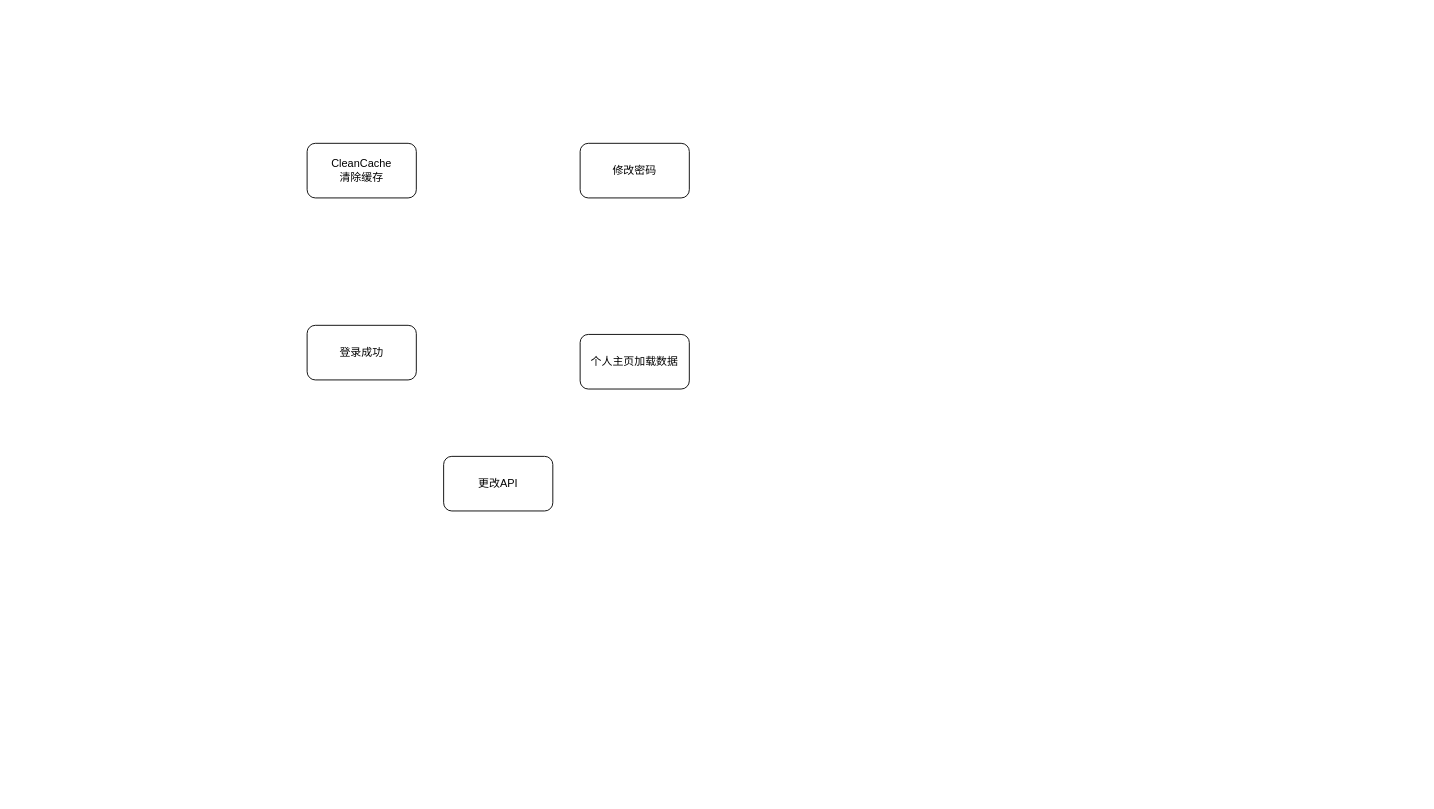
Above: 登录信息缓存逻辑图.drawio in honghonglhh2018/ThinkingFlowChart (draw.io), before the change. Source tidied: cells renumbered, new cells numbered last; positions are measured from the earlier drawing's top-left corner, leaving out a move shared by most shapes. Both pictures are drawn from the tidied source at 91%, with x=0, y=0 at pixel (307, 143).
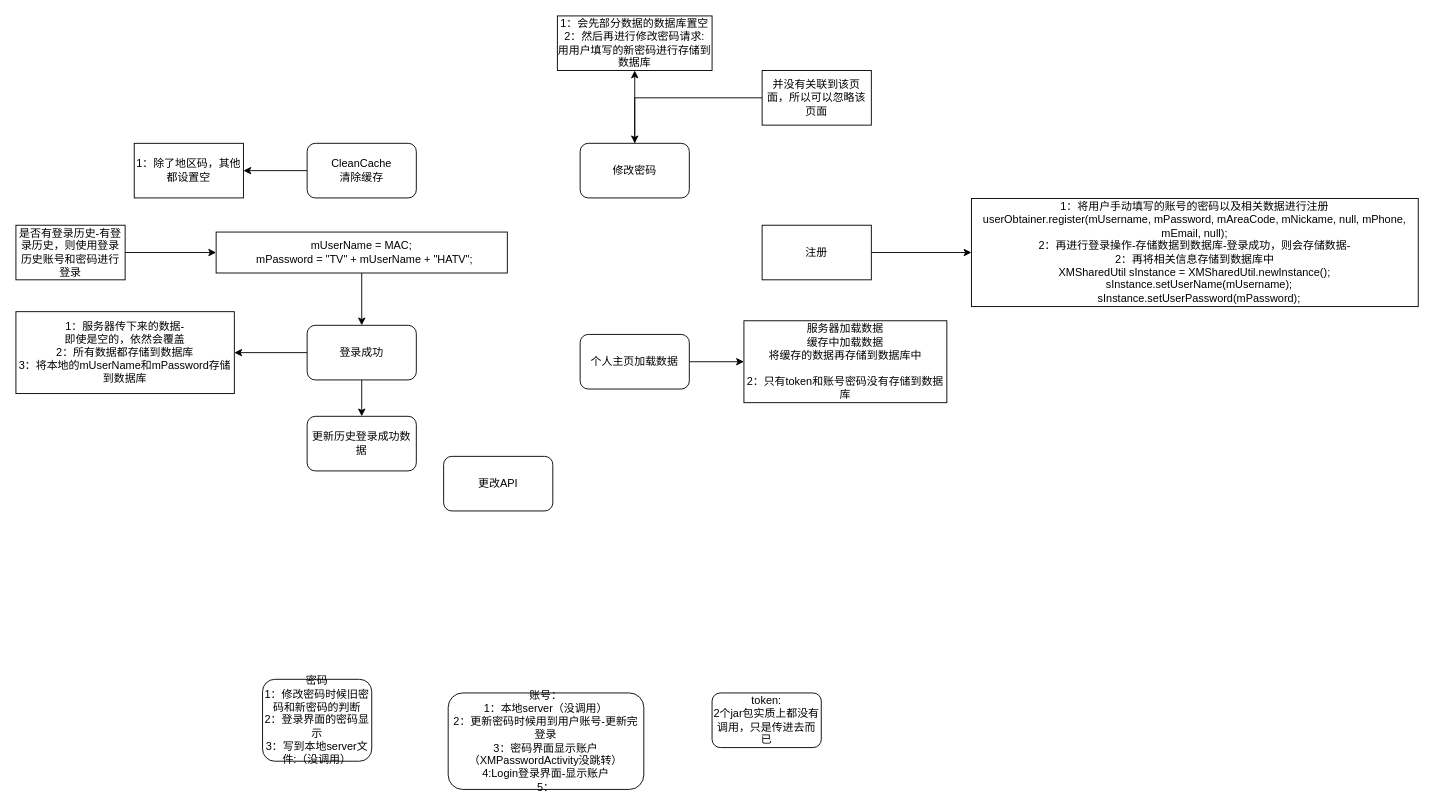
The same page after the edit.

Commit message (it also covers changes not shown here):
更新登录信息缓存逻辑图.drawio

Unchanged cells that the change refers to:
```xml
<mxCell id="2" value="CleanCache&lt;br&gt;清除缓存" style="rounded=1;whiteSpace=wrap;html=1;" parent="1" vertex="1">
  <mxGeometry width="120" height="60" as="geometry" />
</mxCell>
<mxCell id="3" value="登录成功" style="rounded=1;whiteSpace=wrap;html=1;" parent="1" vertex="1">
  <mxGeometry y="200" width="120" height="60" as="geometry" />
</mxCell>
<mxCell id="4" value="修改密码" style="rounded=1;whiteSpace=wrap;html=1;" parent="1" vertex="1">
  <mxGeometry x="300" width="120" height="60" as="geometry" />
</mxCell>
<mxCell id="5" value="个人主页加载数据" style="rounded=1;whiteSpace=wrap;html=1;" parent="1" vertex="1">
  <mxGeometry x="300" y="210" width="120" height="60" as="geometry" />
</mxCell>
```

What changed in the source:
```diff
@@
+    <mxCell id="7" style="edgeStyle=orthogonalEdgeStyle;rounded=0;jettySize=auto;html=1;" parent="1" edge="1" source="2" target="13">
+      <mxGeometry relative="1" as="geometry" />
+    </mxCell>
@@
+    <mxCell id="8" style="edgeStyle=orthogonalEdgeStyle;rounded=0;jettySize=auto;html=1;entryX=1;entryY=0.5;entryDx=0;entryDy=0;" parent="1" edge="1" source="3" target="12">
+      <mxGeometry relative="1" as="geometry" />
+    </mxCell>
+    <mxCell id="9" style="edgeStyle=orthogonalEdgeStyle;rounded=0;jettySize=auto;html=1;entryX=0.5;entryY=0;entryDx=0;entryDy=0;" parent="1" edge="1" source="3" target="28">
+      <mxGeometry relative="1" as="geometry" />
+    </mxCell>
@@
+    <mxCell id="10" style="edgeStyle=orthogonalEdgeStyle;rounded=0;jettySize=auto;html=1;" parent="1" edge="1" source="4" target="14">
+      <mxGeometry relative="1" as="geometry" />
+    </mxCell>
@@
+    <mxCell id="11" style="edgeStyle=orthogonalEdgeStyle;rounded=0;jettySize=auto;html=1;" parent="1" edge="1" source="5" target="15">
+      <mxGeometry relative="1" as="geometry" />
+    </mxCell>
@@
+    <mxCell id="12" value="1：服务器传下来的数据-&lt;br&gt;即使是空的，依然会覆盖&lt;br&gt;2：所有数据都存储到数据库&lt;br&gt;3：将本地的mUserName和mPassword存储到数据库" style="rounded=0;whiteSpace=wrap;html=1;" parent="1" vertex="1">
+      <mxGeometry x="-320" y="185" width="240" height="90" as="geometry" />
+    </mxCell>
+    <mxCell id="13" value="1：除了地区码，其他都设置空" style="rounded=0;whiteSpace=wrap;html=1;" parent="1" vertex="1">
+      <mxGeometry x="-190" width="120" height="60" as="geometry" />
+    </mxCell>
+    <mxCell id="14" value="1：会先部分数据的数据库置空&lt;br&gt;2：然后再进行修改密码请求:&lt;br&gt;用用户填写的新密码进行存储到数据库" style="rounded=0;whiteSpace=wrap;html=1;" parent="1" vertex="1">
+      <mxGeometry x="275" y="-140" width="170" height="60" as="geometry" />
+    </mxCell>
+    <mxCell id="15" value="服务器加载数据&lt;br&gt;缓存中加载数据&lt;br&gt;将缓存的数据再存储到数据库中&lt;br&gt;&lt;br&gt;2：只有token和账号密码没有存储到数据库" style="rounded=0;whiteSpace=wrap;html=1;" parent="1" vertex="1">
+      <mxGeometry x="480" y="195" width="223" height="90" as="geometry" />
+    </mxCell>
+    <mxCell id="16" style="edgeStyle=orthogonalEdgeStyle;rounded=0;jettySize=auto;html=1;entryX=0;entryY=0.5;entryDx=0;entryDy=0;" parent="1" edge="1" source="17" target="18">
+      <mxGeometry relative="1" as="geometry" />
+    </mxCell>
+    <mxCell id="17" value="注册" style="rounded=0;whiteSpace=wrap;html=1;" parent="1" vertex="1">
+      <mxGeometry x="500" y="90" width="120" height="60" as="geometry" />
+    </mxCell>
+    <mxCell id="18" value="1：将用户手动填写的账号的密码以及相关数据进行注册&lt;br&gt;userObtainer.register(mUsername, mPassword, mAreaCode, mNickame, null, mPhone, mEmail, null);&lt;br&gt;2：再进行登录操作-存储数据到数据库-登录成功，则会存储数据-&lt;br&gt;2：再将相关信息存储到数据库中&lt;br&gt;&lt;div&gt;XMSharedUtil sInstance = XMSharedUtil.newInstance();&lt;/div&gt;&lt;div&gt;&lt;span style=&quot;white-space: pre&quot;&gt;   &lt;/span&gt;sInstance.setUserName(mUsername);&lt;/div&gt;&lt;div&gt;&lt;span style=&quot;white-space: pre&quot;&gt;   &lt;/span&gt;sInstance.setUserPassword(mPassword);&lt;/div&gt;" style="rounded=0;whiteSpace=wrap;html=1;" parent="1" vertex="1">
+      <mxGeometry x="730" y="60.6" width="491" height="118.8" as="geometry" />
+    </mxCell>
+    <mxCell id="19" style="edgeStyle=orthogonalEdgeStyle;rounded=0;jettySize=auto;html=1;entryX=0.5;entryY=0;entryDx=0;entryDy=0;" parent="1" edge="1" source="20" target="3">
+      <mxGeometry relative="1" as="geometry" />
+    </mxCell>
+    <mxCell id="20" value="&lt;div&gt;mUserName = MAC;&lt;/div&gt;&lt;div&gt;&lt;span style=&quot;white-space: pre&quot;&gt;  &lt;/span&gt;mPassword = &quot;TV&quot; + mUserName + &quot;HATV&quot;;&lt;/div&gt;" style="rounded=0;whiteSpace=wrap;html=1;" parent="1" vertex="1">
+      <mxGeometry x="-100" y="97.5" width="320" height="45" as="geometry" />
+    </mxCell>
+    <mxCell id="21" style="edgeStyle=orthogonalEdgeStyle;rounded=0;jettySize=auto;html=1;" parent="1" edge="1" source="22" target="4">
+      <mxGeometry relative="1" as="geometry" />
+    </mxCell>
+    <mxCell id="22" value="并没有关联到该页面，所以可以忽略该页面" style="rounded=0;whiteSpace=wrap;html=1;" parent="1" vertex="1">
+      <mxGeometry x="500" y="-80" width="120" height="60" as="geometry" />
+    </mxCell>
+    <mxCell id="23" value="密码&lt;br&gt;1：修改密码时候旧密码和新密码的判断&lt;br&gt;2：登录界面的密码显示&lt;br&gt;3：写到本地server文件:（没调用）" style="rounded=1;whiteSpace=wrap;html=1;" parent="1" vertex="1">
+      <mxGeometry x="-49" y="589" width="120" height="90" as="geometry" />
+    </mxCell>
+    <mxCell id="24" value="账号：&lt;br&gt;1：本地server（没调用）&lt;br&gt;2：更新密码时候用到用户账号-更新完登录&lt;br&gt;3：密码界面显示账户（XMPasswordActivity没跳转）&lt;br&gt;4:Login登录界面-显示账户&lt;br&gt;5：" style="rounded=1;whiteSpace=wrap;html=1;" parent="1" vertex="1">
+      <mxGeometry x="155" y="604" width="215" height="106" as="geometry" />
+    </mxCell>
+    <mxCell id="25" value="token:&lt;br&gt;2个jar包实质上都没有调用，只是传进去而已" style="rounded=1;whiteSpace=wrap;html=1;" parent="1" vertex="1">
+      <mxGeometry x="445" y="604" width="120" height="60" as="geometry" />
+    </mxCell>
+    <mxCell id="26" style="edgeStyle=orthogonalEdgeStyle;rounded=0;jettySize=auto;html=1;" parent="1" edge="1" source="27" target="20">
+      <mxGeometry relative="1" as="geometry" />
+    </mxCell>
+    <mxCell id="27" value="是否有登录历史-有登录历史，则使用登录历史账号和密码进行登录" style="rounded=0;whiteSpace=wrap;html=1;" parent="1" vertex="1">
+      <mxGeometry x="-320" y="90" width="120" height="60" as="geometry" />
+    </mxCell>
+    <mxCell id="28" value="更新历史登录成功数据" style="rounded=1;whiteSpace=wrap;html=1;" parent="1" vertex="1">
+      <mxGeometry y="300" width="120" height="60" as="geometry" />
+    </mxCell>
```
